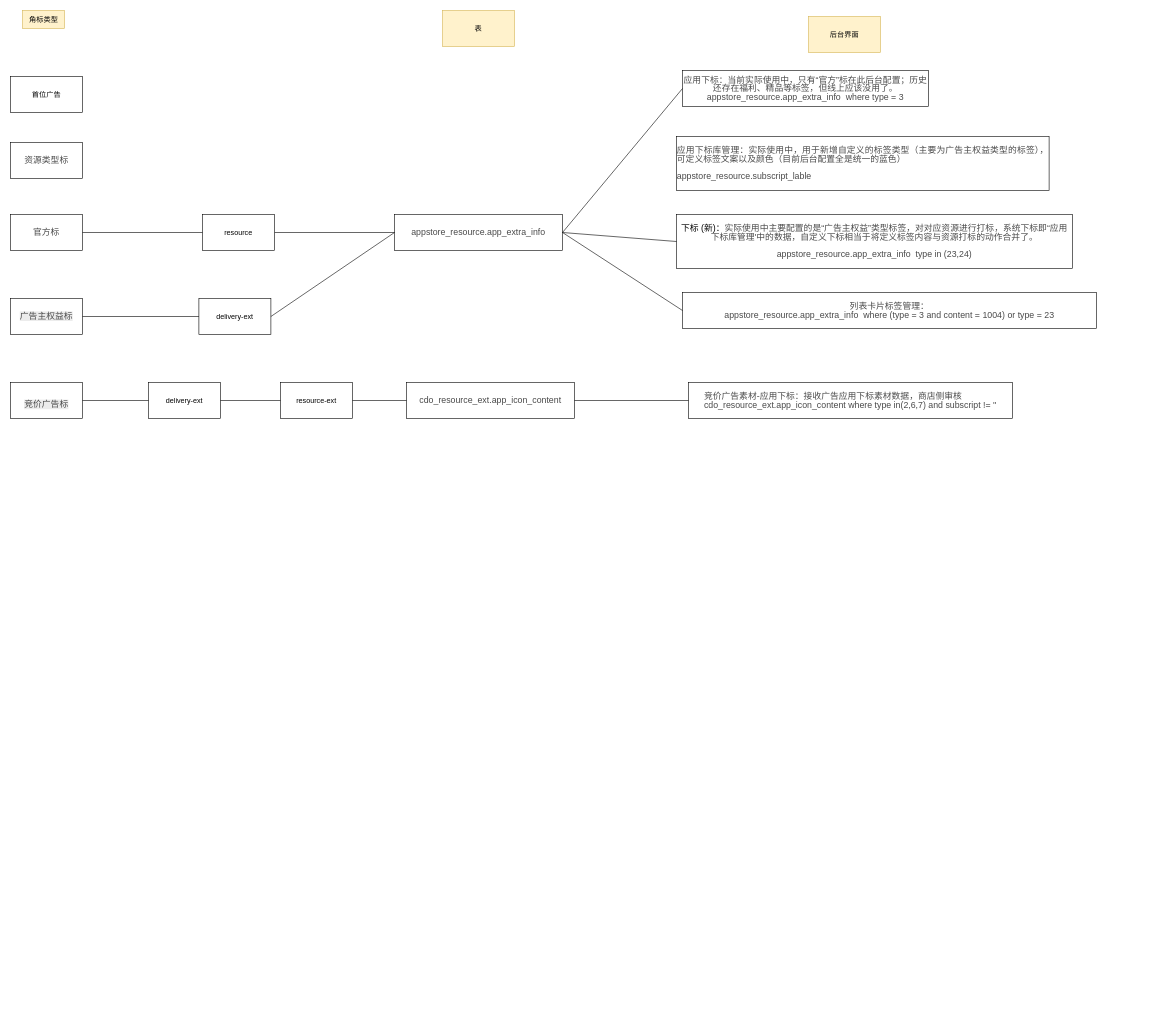
Before: 角标数据源.drawio in ETHAN0430/draw.io.repo, a draw.io diagram. Source tidied: cells renumbered, new cells numbered last; positions are measured from the earlier drawing's top-left corner, leaving out a move shared by most shapes. Both pictures are drawn from the tidied source at 60%, with x=0, y=0 at pixel (10, 10).
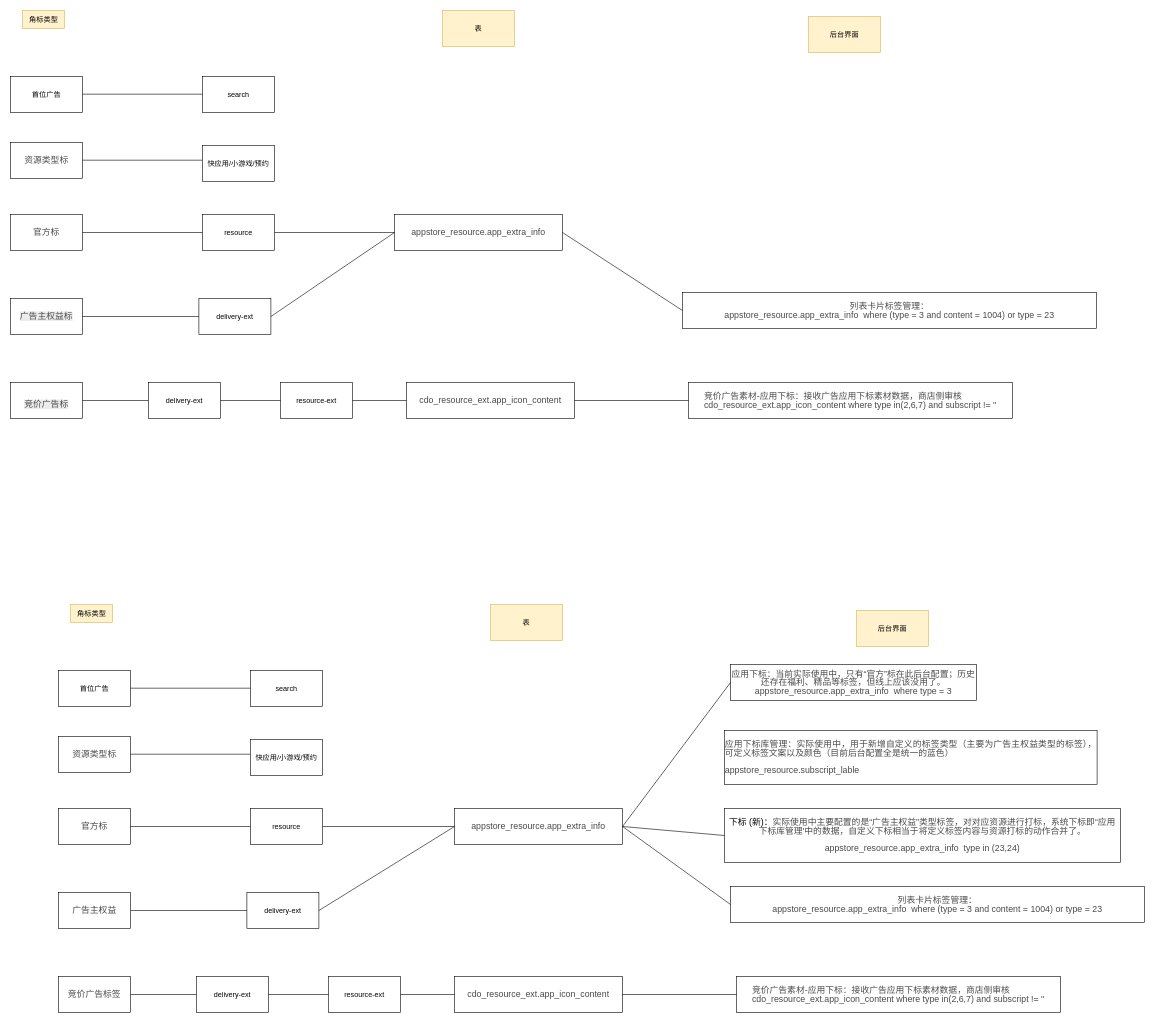
The same diagram, later.

Commit message:
更新角标数据源.drawio

The change refers to these unchanged cells:
```xml
<mxCell id="16" value="&lt;span style=&quot;color: rgb(73, 73, 73); font-size: 14.6667px;&quot;&gt;appstore_resource.app_extra_info&lt;/span&gt;" style="whiteSpace=wrap;html=1;" parent="1" vertex="1">
  <mxGeometry x="640" y="340" width="280" height="60" as="geometry" />
</mxCell>
```

Diff of the diagram source:
```diff
@@
-    <mxCell id="10" value="&lt;p style=&quot;line-height: 14.6667px; margin-bottom: 0pt; margin-top: 0pt; font-size: 11pt; color: rgb(73, 73, 73);&quot; class=&quot;ql-direction-ltr ql-long-284244&quot;&gt;&lt;span style=&quot;font-size: 11pt; text-align: justify; background-color: transparent;&quot; class=&quot;ql-author-256471&quot;&gt;应用下标：当前实际使用中，只有“官方”标在此后台配置；历史还存在福利、精品等标签，&lt;/span&gt;&lt;span style=&quot;font-size: 11pt; text-align: justify; background-color: transparent;&quot; class=&quot;ql-author-256471 ql-commented ql-commented-background&quot;&gt;但线上应该没用了。&lt;/span&gt;&lt;/p&gt;&lt;p style=&quot;line-height: 14.6667px; margin-bottom: 0pt; margin-top: 0pt; font-size: 11pt; color: rgb(73, 73, 73);&quot; class=&quot;ql-direction-ltr ql-long-284244&quot;&gt;&lt;span class=&quot;ql-author-284244&quot;&gt;appstore_resource.app_extra_info&amp;nbsp; where type = 3&lt;/span&gt;&lt;/p&gt;" style="whiteSpace=wrap;html=1;" parent="1" vertex="1">
-      <mxGeometry x="1120" y="100" width="410" height="60" as="geometry" />
-    </mxCell>
-    <mxCell id="11" value="&lt;span&gt;&lt;p style=&quot;line-height: 100%;margin-bottom: 0pt;margin-top: 0pt;text-align: justify;font-size: 11pt;color: #494949;&quot; class=&quot;ql-align-justify ql-direction-ltr ql-long-256471&quot; align=&quot;justify&quot;&gt;&lt;span class=&quot;ql-author-256471&quot;&gt;应用下标库管理：实际使用中，用于新增自定义的标签类型（主要为广告主权益类型的标签），可定义标签文案以及颜色&lt;/span&gt;&lt;span class=&quot;ql-author-256471 ql-commented ql-commented-background&quot;&gt;（目前后台配置全是统一的蓝色）&lt;br&gt;&lt;br&gt;&lt;span style=&quot;text-align: center;&quot;&gt;appstore_resource.subscript_lable&lt;/span&gt;&lt;br&gt;&lt;/span&gt;&lt;/p&gt;&lt;/span&gt;" style="whiteSpace=wrap;html=1;" parent="1" vertex="1">
-      <mxGeometry x="1110" y="210" width="621" height="90" as="geometry" />
-    </mxCell>
-    <mxCell id="12" value="&lt;span&gt;&lt;p style=&quot;line-height: 100%;margin-bottom: 0pt;margin-top: 0pt;font-size: 11pt;color: #494949;&quot; class=&quot;ql-direction-ltr ql-long-256471&quot;&gt;&lt;span style=&quot;color: rgb(0, 0, 0);color: rgb(0, 0, 0);&quot; class=&quot;ql-author-256471&quot;&gt;下标 (新)：&lt;/span&gt;&lt;span class=&quot;ql-author-256471&quot;&gt;实际使用中主要配置的是“广告主权益”类型标签，对对应资源进行打标，系统下标即“应用下标库管理'中的数据，自定义下标相当于将定义标签内容与资源打标的动作合并了。&lt;br&gt;&lt;br&gt;appstore_resource.app_extra_info&amp;nbsp; type in (23,24)&lt;br&gt;&lt;/span&gt;&lt;/p&gt;&lt;/span&gt;" style="whiteSpace=wrap;html=1;" parent="1" vertex="1">
-      <mxGeometry x="1110" y="340" width="660" height="90" as="geometry" />
-    </mxCell>
@@
-    <mxCell id="21" style="endArrow=none;html=1;rounded=0;exitX=1;exitY=0.5;exitDx=0;exitDy=0;entryX=0;entryY=0.5;entryDx=0;entryDy=0;" parent="1" edge="1" source="16" target="10">
-      <mxGeometry relative="1" as="geometry" />
-    </mxCell>
-    <mxCell id="22" style="endArrow=none;html=1;rounded=0;entryX=0;entryY=0.5;entryDx=0;entryDy=0;exitX=1;exitY=0.5;exitDx=0;exitDy=0;" parent="1" edge="1" source="16" target="12">
-      <mxGeometry relative="1" as="geometry" />
-    </mxCell>
@@
+    <mxCell id="33" value="search" style="whiteSpace=wrap;html=1;" parent="1" vertex="1">
+      <mxGeometry x="320" y="110" width="120" height="60" as="geometry" />
+    </mxCell>
+    <mxCell id="34" style="endArrow=none;html=1;rounded=0;exitX=1;exitY=0.5;exitDx=0;exitDy=0;entryX=0;entryY=0.5;entryDx=0;entryDy=0;" parent="1" edge="1">
+      <mxGeometry relative="1" as="geometry">
+        <mxPoint x="120" y="139.5" as="sourcePoint" />
+        <mxPoint x="320" y="139.5" as="targetPoint" />
+      </mxGeometry>
+    </mxCell>
+    <mxCell id="35" style="endArrow=none;html=1;rounded=0;exitX=1;exitY=0.5;exitDx=0;exitDy=0;entryX=0;entryY=0.5;entryDx=0;entryDy=0;" parent="1" edge="1">
+      <mxGeometry relative="1" as="geometry">
+        <mxPoint x="120" y="249.5" as="sourcePoint" />
+        <mxPoint x="320" y="249.5" as="targetPoint" />
+      </mxGeometry>
+    </mxCell>
+    <mxCell id="36" value="快应用/小游戏/预约" style="whiteSpace=wrap;html=1;" parent="1" vertex="1">
+      <mxGeometry x="320" y="225" width="120" height="60" as="geometry" />
+    </mxCell>
+    <mxCell id="37" value="首位广告" style="whiteSpace=wrap;html=1;" parent="1" vertex="1">
+      <mxGeometry x="80" y="1100" width="120" height="60" as="geometry" />
+    </mxCell>
+    <mxCell id="38" value="&lt;span&gt;&lt;p style=&quot;line-height: 100%;margin-bottom: 0pt;margin-top: 0pt;font-size: 11pt;color: #494949;&quot; class=&quot;ql-direction-ltr ql-long-284244&quot;&gt;&lt;span class=&quot;ql-author-284244&quot;&gt;资源类型标&lt;/span&gt;&lt;/p&gt;&lt;/span&gt;" style="whiteSpace=wrap;html=1;" parent="1" vertex="1">
+      <mxGeometry x="80" y="1210" width="120" height="60" as="geometry" />
+    </mxCell>
+    <mxCell id="39" value="&lt;span style=&quot;color: rgb(73, 73, 73); font-size: 14.6667px;&quot;&gt;官方标&lt;/span&gt;" style="whiteSpace=wrap;html=1;" parent="1" vertex="1">
+      <mxGeometry x="80" y="1330" width="120" height="60" as="geometry" />
+    </mxCell>
+    <mxCell id="40" value="&lt;span data-docs-delta=&quot;[[20,&amp;quot;应用下标后台：&amp;quot;,&amp;quot;inline-dir:\&amp;quot;ltr\&amp;quot;&amp;quot;],[20,&amp;quot;\n&amp;quot;,&amp;quot;24:\&amp;quot;hfpQ\&amp;quot;|direction:\&amp;quot;ltr\&amp;quot;&amp;quot;],[20,&amp;quot;appstore_resource.app_extra_info&amp;nbsp; where type = 3&amp;quot;,&amp;quot;inline-dir:\&amp;quot;ltr\&amp;quot;&amp;quot;],[20,&amp;quot;\n&amp;quot;,&amp;quot;24:\&amp;quot;KG1t\&amp;quot;|direction:\&amp;quot;ltr\&amp;quot;&amp;quot;],[20,&amp;quot;\n&amp;quot;,&amp;quot;24:\&amp;quot;nrkN\&amp;quot;&amp;quot;],[20,&amp;quot;应用下标库管理：&amp;quot;,&amp;quot;inline-dir:\&amp;quot;ltr\&amp;quot;&amp;quot;],[20,&amp;quot;\n&amp;quot;,&amp;quot;24:\&amp;quot;0zpr\&amp;quot;|direction:\&amp;quot;ltr\&amp;quot;&amp;quot;],[20,&amp;quot;appstore_resource.subscript_lable&amp;quot;,&amp;quot;inline-dir:\&amp;quot;ltr\&amp;quot;&amp;quot;],[20,&amp;quot;\n&amp;quot;,&amp;quot;24:\&amp;quot;eeaw\&amp;quot;|direction:\&amp;quot;ltr\&amp;quot;&amp;quot;],[20,&amp;quot;\n&amp;quot;,&amp;quot;24:\&amp;quot;owhY\&amp;quot;&amp;quot;],[20,&amp;quot;下标(新)：&amp;quot;,&amp;quot;inline-dir:\&amp;quot;ltr\&amp;quot;&amp;quot;],[20,&amp;quot;\n&amp;quot;,&amp;quot;24:\&amp;quot;AwLg\&amp;quot;|direction:\&amp;quot;ltr\&amp;quot;&amp;quot;],[20,&amp;quot;appstore_resource.app_extra_info&amp;nbsp; type in (23,24)&amp;quot;,&amp;quot;inline-dir:\&amp;quot;ltr\&amp;quot;&amp;quot;],[20,&amp;quot;\n&amp;quot;,&amp;quot;24:\&amp;quot;A2Q8\&amp;quot;|direction:\&amp;quot;ltr\&amp;quot;&amp;quot;],[20,&amp;quot;\n&amp;quot;,&amp;quot;24:\&amp;quot;ZBQM\&amp;quot;&amp;quot;],[20,&amp;quot;应用下标：（保留这个）&amp;quot;,&amp;quot;inline-dir:\&amp;quot;ltr\&amp;quot;&amp;quot;],[20,&amp;quot;\n&amp;quot;,&amp;quot;24:\&amp;quot;MEDD\&amp;quot;|direction:\&amp;quot;ltr\&amp;quot;&amp;quot;],[20,&amp;quot;cdo_resource_ext.app_icon_content where type in(2,6,7) and subscript != ''&amp;quot;,&amp;quot;inline-dir:\&amp;quot;ltr\&amp;quot;&amp;quot;],[20,&amp;quot;\n&amp;quot;,&amp;quot;24:\&amp;quot;bfCV\&amp;quot;|direction:\&amp;quot;ltr\&amp;quot;&amp;quot;],[20,&amp;quot;\n&amp;quot;,&amp;quot;24:\&amp;quot;RlGI\&amp;quot;&amp;quot;],[20,&amp;quot;列表卡片标签管理：（保留这个）&amp;quot;,&amp;quot;inline-dir:\&amp;quot;ltr\&amp;quot;&amp;quot;],[20,&amp;quot;\n&amp;quot;,&amp;quot;24:\&amp;quot;X4qz\&amp;quot;|direction:\&amp;quot;ltr\&amp;quot;&amp;quot;],[20,&amp;quot;appstore_resource.app_extra_info&amp;nbsp; where (type = 3 and content = 1004) or type = 23&amp;quot;,&amp;quot;inline-dir:\&amp;quot;ltr\&amp;quot;&amp;quot;]]&quot;&gt;&lt;p style=&quot;line-height: 100%;margin-bottom: 0pt;margin-top: 0pt;font-size: 11pt;color: #494949;&quot; class=&quot;ql-direction-ltr ql-long-284244&quot;&gt;&lt;span style=&quot;background-color: transparent; font-size: 11pt;&quot;&gt;列表卡片标签管理：&lt;/span&gt;&lt;br&gt;&lt;/p&gt;&lt;p style=&quot;line-height: 100%;margin-bottom: 0pt;margin-top: 0pt;font-size: 11pt;color: #494949;&quot; class=&quot;ql-direction-ltr ql-long-284244&quot;&gt;&lt;span class=&quot;ql-author-284244&quot;&gt;appstore_resource.app_extra_info&amp;nbsp; where (type = 3 and content = 1004) or type = 23&lt;/span&gt;&lt;/p&gt;&lt;/span&gt;" style="whiteSpace=wrap;html=1;" parent="1" vertex="1">
+      <mxGeometry x="1200" y="1460" width="690" height="60" as="geometry" />
+    </mxCell>
+    <mxCell id="41" value="角标类型" style="text;html=1;align=center;verticalAlign=middle;strokeColor=#d6b656;fillColor=#fff2cc;" parent="1" vertex="1">
+      <mxGeometry x="100" y="990" width="70" height="30" as="geometry" />
+    </mxCell>
+    <mxCell id="42" value="表" style="whiteSpace=wrap;html=1;fillColor=#fff2cc;strokeColor=#d6b656;" parent="1" vertex="1">
+      <mxGeometry x="800" y="990" width="120" height="60" as="geometry" />
+    </mxCell>
+    <mxCell id="10" value="&lt;p style=&quot;line-height: 14.6667px; margin-bottom: 0pt; margin-top: 0pt; font-size: 11pt; color: rgb(73, 73, 73);&quot; class=&quot;ql-direction-ltr ql-long-284244&quot;&gt;&lt;span style=&quot;font-size: 11pt; text-align: justify; background-color: transparent;&quot; class=&quot;ql-author-256471&quot;&gt;应用下标：当前实际使用中，只有“官方”标在此后台配置；历史还存在福利、精品等标签，&lt;/span&gt;&lt;span style=&quot;font-size: 11pt; text-align: justify; background-color: transparent;&quot; class=&quot;ql-author-256471 ql-commented ql-commented-background&quot;&gt;但线上应该没用了。&lt;/span&gt;&lt;/p&gt;&lt;p style=&quot;line-height: 14.6667px; margin-bottom: 0pt; margin-top: 0pt; font-size: 11pt; color: rgb(73, 73, 73);&quot; class=&quot;ql-direction-ltr ql-long-284244&quot;&gt;&lt;span class=&quot;ql-author-284244&quot;&gt;appstore_resource.app_extra_info&amp;nbsp; where type = 3&lt;/span&gt;&lt;/p&gt;" style="whiteSpace=wrap;html=1;" parent="1" vertex="1">
+      <mxGeometry x="1200" y="1090" width="410" height="60" as="geometry" />
+    </mxCell>
+    <mxCell id="11" value="&lt;span&gt;&lt;p style=&quot;line-height: 100%;margin-bottom: 0pt;margin-top: 0pt;text-align: justify;font-size: 11pt;color: #494949;&quot; class=&quot;ql-align-justify ql-direction-ltr ql-long-256471&quot; align=&quot;justify&quot;&gt;&lt;span class=&quot;ql-author-256471&quot;&gt;应用下标库管理：实际使用中，用于新增自定义的标签类型（主要为广告主权益类型的标签），可定义标签文案以及颜色&lt;/span&gt;&lt;span class=&quot;ql-author-256471 ql-commented ql-commented-background&quot;&gt;（目前后台配置全是统一的蓝色）&lt;br&gt;&lt;br&gt;&lt;span style=&quot;text-align: center;&quot;&gt;appstore_resource.subscript_lable&lt;/span&gt;&lt;br&gt;&lt;/span&gt;&lt;/p&gt;&lt;/span&gt;" style="whiteSpace=wrap;html=1;" parent="1" vertex="1">
+      <mxGeometry x="1190" y="1200" width="621" height="90" as="geometry" />
+    </mxCell>
+    <mxCell id="12" value="&lt;span&gt;&lt;p style=&quot;line-height: 100%;margin-bottom: 0pt;margin-top: 0pt;font-size: 11pt;color: #494949;&quot; class=&quot;ql-direction-ltr ql-long-256471&quot;&gt;&lt;span style=&quot;color: rgb(0, 0, 0);color: rgb(0, 0, 0);&quot; class=&quot;ql-author-256471&quot;&gt;下标 (新)：&lt;/span&gt;&lt;span class=&quot;ql-author-256471&quot;&gt;实际使用中主要配置的是“广告主权益”类型标签，对对应资源进行打标，系统下标即“应用下标库管理'中的数据，自定义下标相当于将定义标签内容与资源打标的动作合并了。&lt;br&gt;&lt;br&gt;appstore_resource.app_extra_info&amp;nbsp; type in (23,24)&lt;br&gt;&lt;/span&gt;&lt;/p&gt;&lt;/span&gt;" style="whiteSpace=wrap;html=1;" parent="1" vertex="1">
+      <mxGeometry x="1190" y="1330" width="660" height="90" as="geometry" />
+    </mxCell>
+    <mxCell id="43" value="&lt;span&gt;&lt;p style=&quot;line-height: 100%;margin-bottom: 0pt;margin-top: 0pt;text-align: justify;font-size: 11pt;color: #494949;&quot; class=&quot;ql-align-justify ql-direction-ltr ql-long-256471&quot; align=&quot;justify&quot;&gt;&lt;span class=&quot;ql-author-256471&quot;&gt;竞价广告素材-应用下标：接收广告应用下标素材数据，商店侧审核&lt;br&gt;&lt;span style=&quot;text-align: center;&quot;&gt;cdo_resource_ext.app_icon_content where type in(2,6,7) and subscript != ''&lt;/span&gt;&lt;br&gt;&lt;/span&gt;&lt;/p&gt;&lt;/span&gt;" style="whiteSpace=wrap;html=1;" parent="1" vertex="1">
+      <mxGeometry x="1210" y="1610" width="540" height="60" as="geometry" />
+    </mxCell>
+    <mxCell id="44" value="delivery-ext" style="whiteSpace=wrap;html=1;" parent="1" vertex="1">
+      <mxGeometry x="394" y="1470" width="120" height="60" as="geometry" />
+    </mxCell>
+    <mxCell id="45" value="后台界面" style="whiteSpace=wrap;html=1;fillColor=#fff2cc;strokeColor=#d6b656;" parent="1" vertex="1">
+      <mxGeometry x="1410" y="1000" width="120" height="60" as="geometry" />
+    </mxCell>
+    <mxCell id="46" value="&lt;span style=&quot;color: rgb(73, 73, 73); font-size: 14.6667px;&quot;&gt;appstore_resource.app_extra_info&lt;/span&gt;" style="whiteSpace=wrap;html=1;" parent="1" vertex="1">
+      <mxGeometry x="740" y="1330" width="280" height="60" as="geometry" />
+    </mxCell>
+    <mxCell id="47" value="&lt;span style=&quot;color: rgb(73, 73, 73); font-size: 14.6667px;&quot;&gt;cdo_resource_ext.app_icon_content&lt;/span&gt;" style="whiteSpace=wrap;html=1;" parent="1" vertex="1">
+      <mxGeometry x="740" y="1610" width="280" height="60" as="geometry" />
+    </mxCell>
+    <mxCell id="48" style="endArrow=none;html=1;rounded=0;exitX=1;exitY=0.5;exitDx=0;exitDy=0;entryX=0;entryY=0.5;entryDx=0;entryDy=0;" parent="1" edge="1" source="39" target="62">
+      <mxGeometry relative="1" as="geometry" />
+    </mxCell>
+    <mxCell id="49" style="endArrow=none;html=1;rounded=0;exitX=1;exitY=0.5;exitDx=0;exitDy=0;entryX=0;entryY=0.5;entryDx=0;entryDy=0;" parent="1" edge="1" source="62" target="46">
+      <mxGeometry relative="1" as="geometry" />
+    </mxCell>
+    <mxCell id="50" style="endArrow=none;html=1;rounded=0;exitX=1;exitY=0.5;exitDx=0;exitDy=0;entryX=0;entryY=0.5;entryDx=0;entryDy=0;" parent="1" edge="1" target="44">
+      <mxGeometry relative="1" as="geometry">
+        <mxPoint x="200" y="1500" as="sourcePoint" />
+      </mxGeometry>
+    </mxCell>
+    <mxCell id="51" style="endArrow=none;html=1;rounded=0;exitX=1;exitY=0.5;exitDx=0;exitDy=0;entryX=0;entryY=0.5;entryDx=0;entryDy=0;" parent="1" edge="1" source="46" target="10">
+      <mxGeometry relative="1" as="geometry" />
+    </mxCell>
+    <mxCell id="52" style="endArrow=none;html=1;rounded=0;entryX=0;entryY=0.5;entryDx=0;entryDy=0;exitX=1;exitY=0.5;exitDx=0;exitDy=0;" parent="1" edge="1" source="46" target="12">
+      <mxGeometry relative="1" as="geometry" />
+    </mxCell>
+    <mxCell id="53" style="endArrow=none;html=1;rounded=0;entryX=0;entryY=0.5;entryDx=0;entryDy=0;exitX=1;exitY=0.5;exitDx=0;exitDy=0;" parent="1" edge="1" source="46" target="40">
+      <mxGeometry relative="1" as="geometry" />
+    </mxCell>
+    <mxCell id="54" style="endArrow=none;html=1;rounded=0;entryX=0;entryY=0.5;entryDx=0;entryDy=0;exitX=1;exitY=0.5;exitDx=0;exitDy=0;" parent="1" edge="1" source="47" target="43">
+      <mxGeometry relative="1" as="geometry" />
+    </mxCell>
+    <mxCell id="55" value="delivery-ext" style="whiteSpace=wrap;html=1;" parent="1" vertex="1">
+      <mxGeometry x="310" y="1610" width="120" height="60" as="geometry" />
+    </mxCell>
+    <mxCell id="56" value="resource-ext" style="whiteSpace=wrap;html=1;" parent="1" vertex="1">
+      <mxGeometry x="530" y="1610" width="120" height="60" as="geometry" />
+    </mxCell>
+    <mxCell id="57" style="endArrow=none;html=1;rounded=0;exitX=1;exitY=0.5;exitDx=0;exitDy=0;entryX=0;entryY=0.5;entryDx=0;entryDy=0;" parent="1" edge="1" target="55">
+      <mxGeometry relative="1" as="geometry">
+        <mxPoint x="200" y="1640" as="sourcePoint" />
+      </mxGeometry>
+    </mxCell>
+    <mxCell id="58" style="endArrow=none;html=1;rounded=0;exitX=1;exitY=0.5;exitDx=0;exitDy=0;entryX=0;entryY=0.5;entryDx=0;entryDy=0;" parent="1" edge="1" source="55" target="56">
+      <mxGeometry relative="1" as="geometry" />
+    </mxCell>
+    <mxCell id="59" style="endArrow=none;html=1;rounded=0;exitX=1;exitY=0.5;exitDx=0;exitDy=0;entryX=0;entryY=0.5;entryDx=0;entryDy=0;" parent="1" edge="1" source="56" target="47">
+      <mxGeometry relative="1" as="geometry" />
+    </mxCell>
+    <mxCell id="60" style="endArrow=none;html=1;rounded=0;exitX=1;exitY=0.5;exitDx=0;exitDy=0;entryX=0;entryY=0.5;entryDx=0;entryDy=0;" parent="1" edge="1" source="44" target="46">
+      <mxGeometry relative="1" as="geometry" />
+    </mxCell>
+    <mxCell id="61" style="endArrow=none;html=1;rounded=0;exitX=1;exitY=0.5;exitDx=0;exitDy=0;entryX=0;entryY=0.5;entryDx=0;entryDy=0;" parent="1" edge="1" target="62">
+      <mxGeometry relative="1" as="geometry">
+        <mxPoint x="470" y="1360" as="sourcePoint" />
+      </mxGeometry>
+    </mxCell>
+    <mxCell id="62" value="resource" style="whiteSpace=wrap;html=1;" parent="1" vertex="1">
+      <mxGeometry x="400" y="1330" width="120" height="60" as="geometry" />
+    </mxCell>
+    <mxCell id="63" value="search" style="whiteSpace=wrap;html=1;" parent="1" vertex="1">
+      <mxGeometry x="400" y="1100" width="120" height="60" as="geometry" />
+    </mxCell>
+    <mxCell id="64" style="endArrow=none;html=1;rounded=0;exitX=1;exitY=0.5;exitDx=0;exitDy=0;entryX=0;entryY=0.5;entryDx=0;entryDy=0;" parent="1" edge="1">
+      <mxGeometry relative="1" as="geometry">
+        <mxPoint x="200" y="1129.5" as="sourcePoint" />
+        <mxPoint x="400" y="1129.5" as="targetPoint" />
+      </mxGeometry>
+    </mxCell>
+    <mxCell id="65" style="endArrow=none;html=1;rounded=0;exitX=1;exitY=0.5;exitDx=0;exitDy=0;entryX=0;entryY=0.5;entryDx=0;entryDy=0;" parent="1" edge="1">
+      <mxGeometry relative="1" as="geometry">
+        <mxPoint x="200" y="1239.5" as="sourcePoint" />
+        <mxPoint x="400" y="1239.5" as="targetPoint" />
+      </mxGeometry>
+    </mxCell>
+    <mxCell id="66" value="快应用/小游戏/预约" style="whiteSpace=wrap;html=1;" parent="1" vertex="1">
+      <mxGeometry x="400" y="1215" width="120" height="60" as="geometry" />
+    </mxCell>
+    <mxCell id="67" value="&lt;span style=&quot;color: rgb(73, 73, 73); font-size: 14.6667px;&quot;&gt;广告主权益&lt;/span&gt;" style="whiteSpace=wrap;html=1;" parent="1" vertex="1">
+      <mxGeometry x="80" y="1470" width="120" height="60" as="geometry" />
+    </mxCell>
+    <mxCell id="68" value="&lt;span style=&quot;color: rgb(73, 73, 73); font-size: 14.6667px;&quot;&gt;竞价广告标签&lt;/span&gt;" style="whiteSpace=wrap;html=1;" parent="1" vertex="1">
+      <mxGeometry x="80" y="1610" width="120" height="60" as="geometry" />
+    </mxCell>
```
